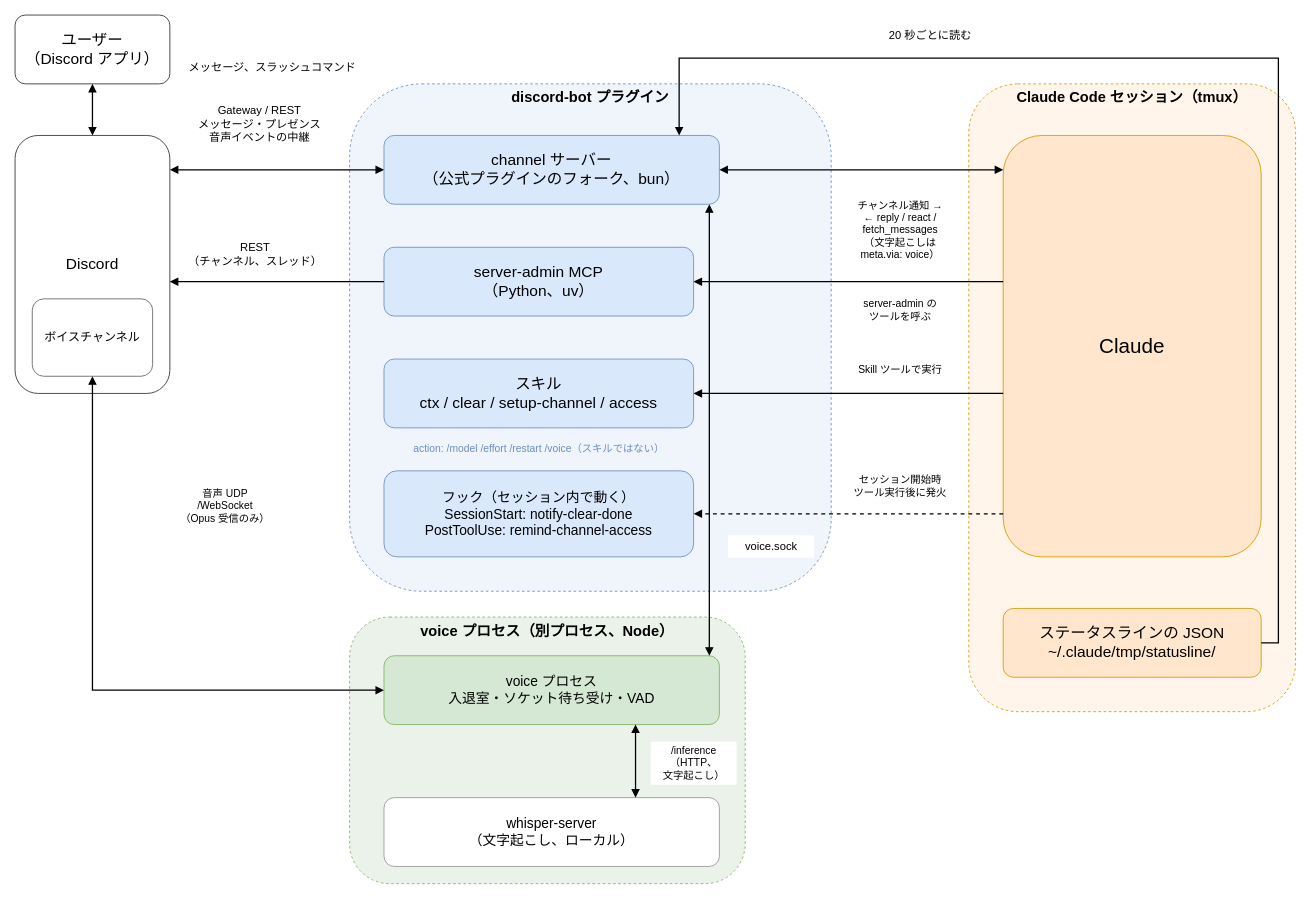
Before: docs/diagrams/architecture.drawio in umitsu-tech/claude-code-discord-bot, a draw.io diagram. Source tidied: cells renumbered, new cells numbered last; positions are measured from the earlier drawing's top-left corner, leaving out a move shared by most shapes. Both pictures are drawn from the tidied source at 86%, with x=0, y=0 at pixel (15, 15).
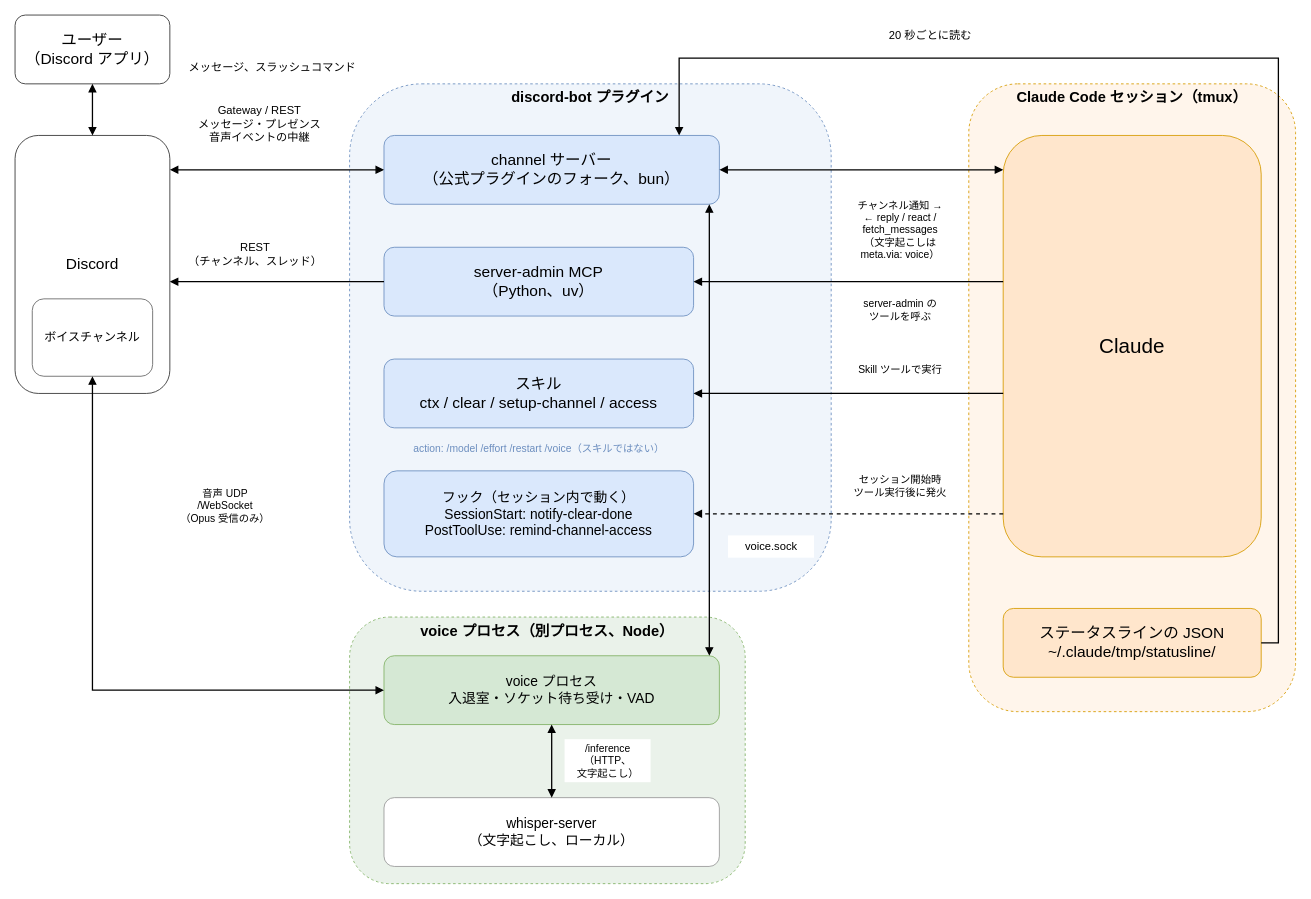
The same diagram, later.

Commit message (it also covers changes not shown here):
voice プロセスと whisper-server の矢印を辺の中心に揃え、ラベルを線の脇へ寄せる (#80)

The change refers to these unchanged cells:
```xml
<mxCell id="12" value="voice プロセス&lt;br&gt;入退室・ソケット待ち受け・VAD" style="rounded=1;whiteSpace=wrap;html=1;fillColor=#D5E8D4;strokeColor=#82B366;fontSize=16;" parent="1" vertex="1">
  <mxGeometry x="429" y="745" width="390" height="80" as="geometry" />
</mxCell>
<mxCell id="13" value="whisper-server&lt;br&gt;（文字起こし、ローカル）" style="rounded=1;whiteSpace=wrap;html=1;fillColor=#FFFFFF;strokeColor=#999999;fontSize=16;" parent="1" vertex="1">
  <mxGeometry x="429" y="910" width="390" height="80" as="geometry" />
</mxCell>
```

Diff of the diagram source:
```diff
@@
-    <mxCell id="37" style="edgeStyle=orthogonalEdgeStyle;rounded=0;html=1;fontSize=14;endArrow=block;endFill=1;strokeWidth=1.5;startArrow=block;startFill=1;exitX=0.75;exitY=1;entryX=0.75;entryY=0;" parent="1" edge="1" source="12" target="13">
+    <mxCell id="37" style="edgeStyle=orthogonalEdgeStyle;rounded=0;html=1;fontSize=14;endArrow=block;endFill=1;strokeWidth=1.5;startArrow=block;startFill=1;exitX=0.5;exitY=1;entryX=0.5;entryY=0;" parent="1" edge="1" source="12" target="13">
       <mxGeometry relative="1" as="geometry" />
     </mxCell>
     <mxCell id="38" value="/inference&lt;br&gt;（HTTP、&lt;br&gt;文字起こし）" style="rounded=0;whiteSpace=nowrap;html=1;fillColor=#ffffff;strokeColor=none;fontSize=12;align=center;verticalAlign=middle;" parent="1" vertex="1">
-      <mxGeometry x="739" y="845" width="100" height="50" as="geometry" />
+      <mxGeometry x="639" y="842" width="100" height="50" as="geometry" />
     </mxCell>
```
